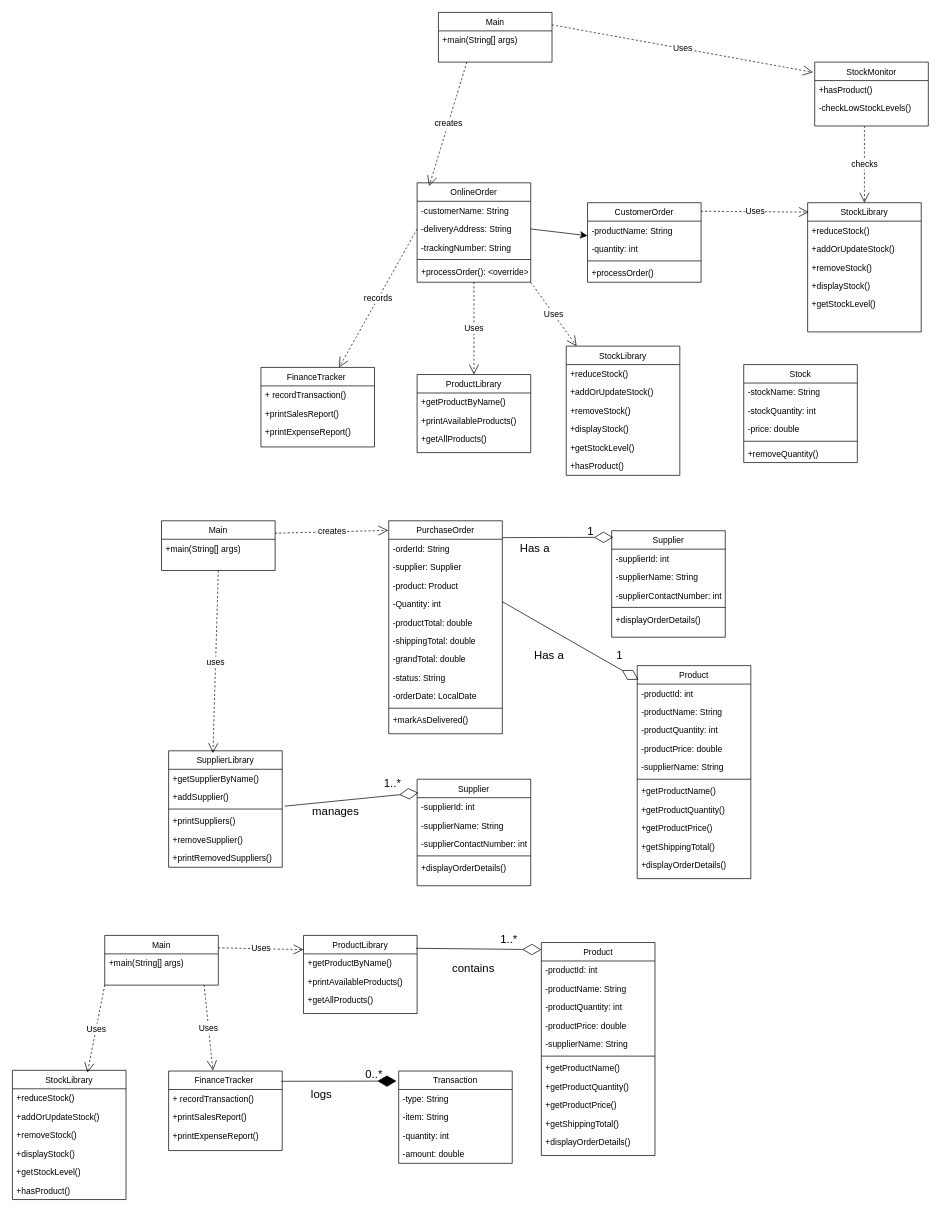
Above: UML Class Diagram.drawio in Elizabeth1420/object-oriented (draw.io), before the change. Source tidied: cells renumbered, new cells numbered last; positions are measured from the earlier drawing's top-left corner, leaving out a move shared by most shapes. Both pictures are drawn from the tidied source at 71%, with x=0, y=0 at pixel (12, 12).
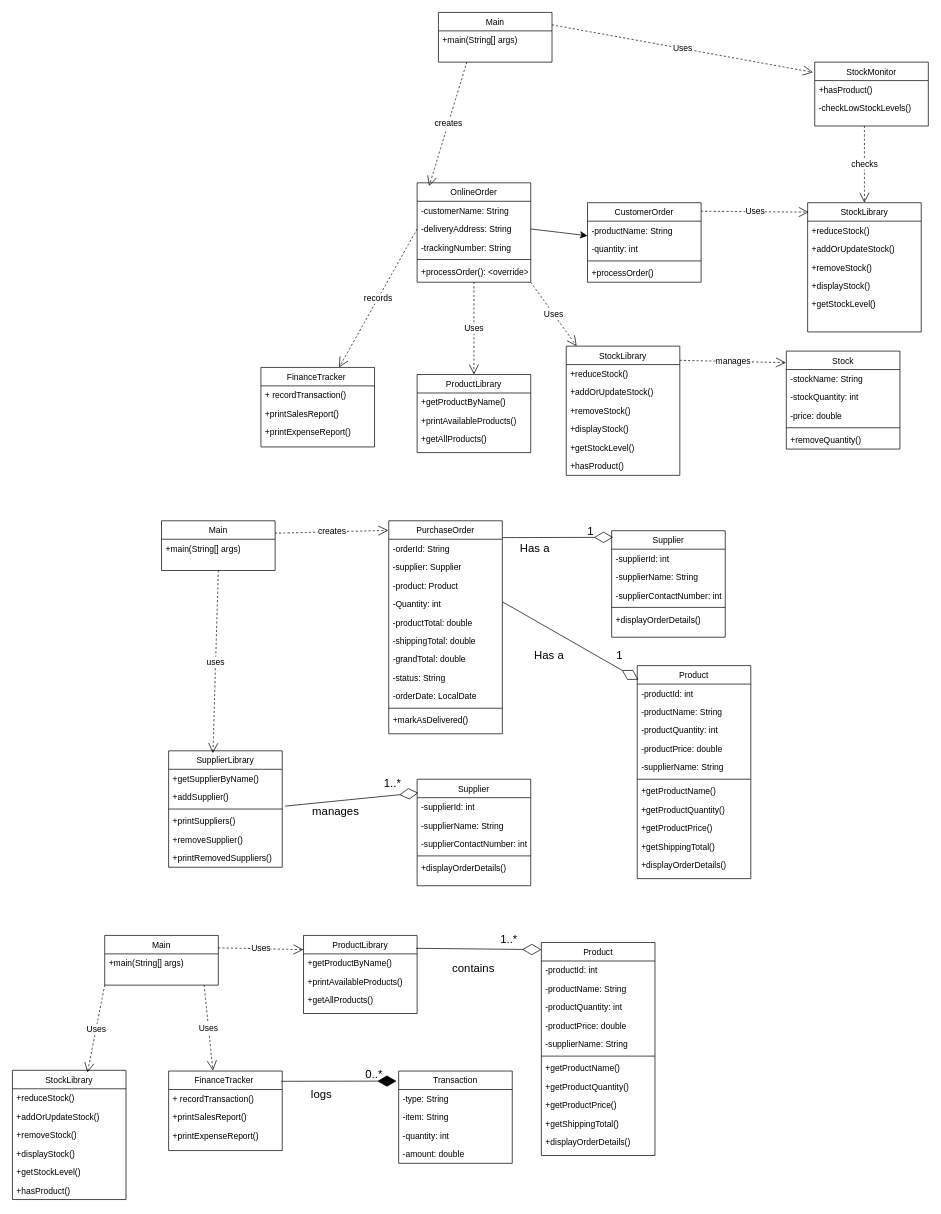
The same page after the edit.

The edit, as a diff of the source:
```diff
@@
     <mxCell id="31" value="Stock" style="swimlane;fontStyle=0;align=center;verticalAlign=top;horizontal=1;startSize=26;rounded=0;shadow=0;strokeWidth=1;" parent="1" vertex="1">
-      <mxGeometry x="1030" y="496" width="160" height="138" as="geometry" />
+      <mxGeometry x="1090" y="477" width="160" height="138" as="geometry" />
     </mxCell>
@@
+    <mxCell id="152" value="manages" style="endArrow=open;endSize=12;dashed=1;html=1;rounded=0;fontSize=12;curved=1;entryX=-0.004;entryY=0.118;entryDx=0;entryDy=0;entryPerimeter=0;" parent="1" edge="1" target="31">
+      <mxGeometry relative="1" as="geometry">
+        <mxPoint x="940" y="490" as="sourcePoint" />
+      </mxGeometry>
+    </mxCell>
```
